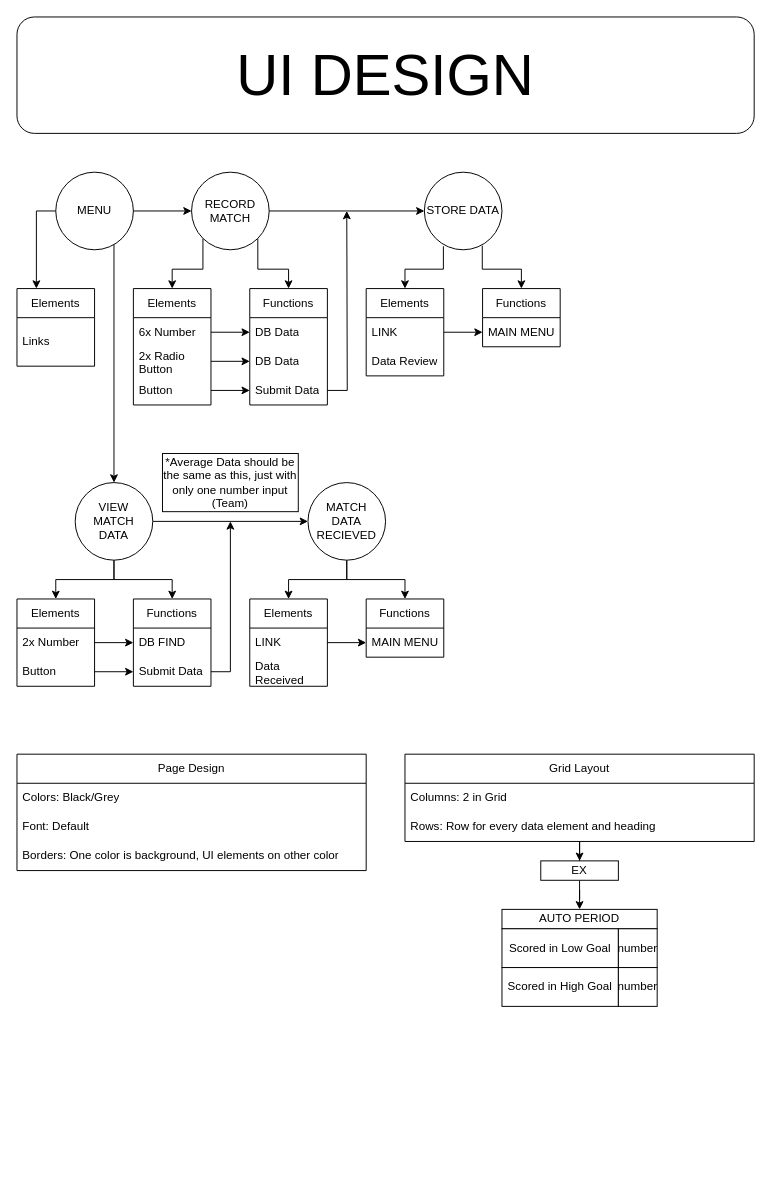
This is docs/UI.drawio from Derp88/computing1Final, a draw.io file, before an edit. Source tidied: cells renumbered, new cells numbered last; positions are measured from the earlier drawing's top-left corner, leaving out a move shared by most shapes. Both pictures are drawn from the tidied source at 97%, with x=0, y=0 at pixel (16, 16).
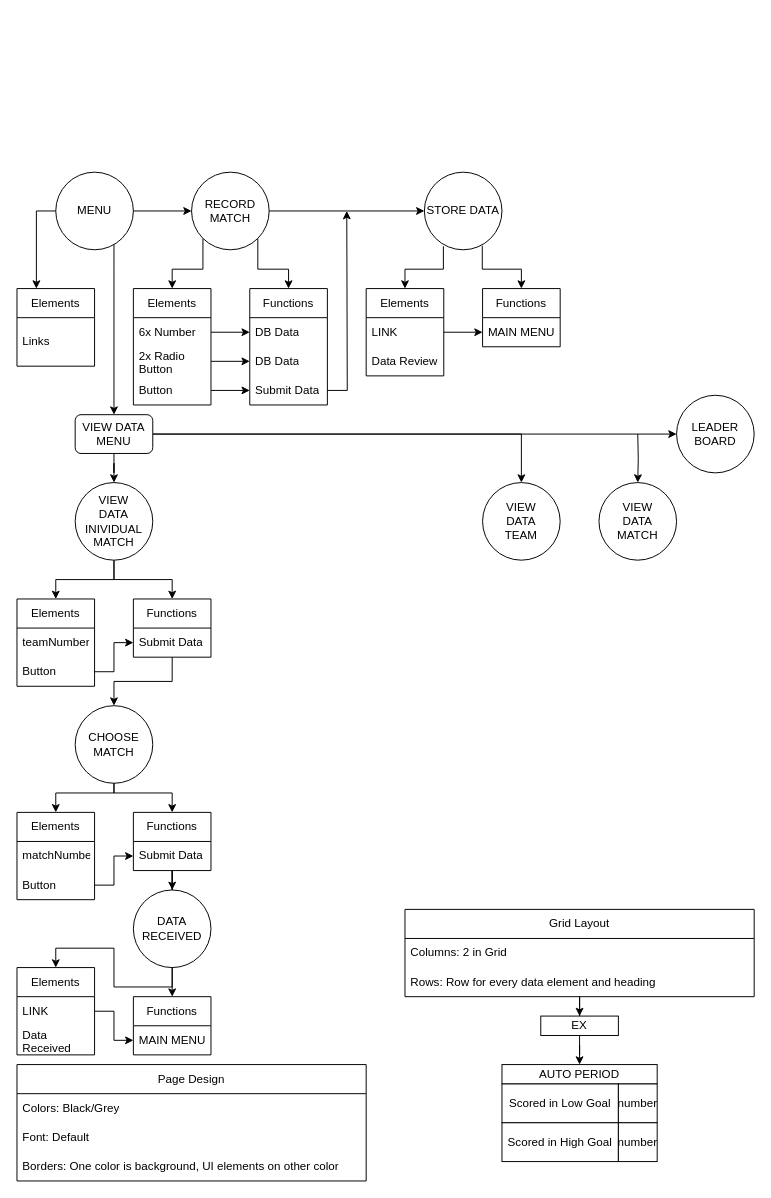
The same page after the edit.

The change refers to these unchanged cells:
```xml
<mxCell id="8" value="MENU" style="ellipse;whiteSpace=wrap;html=1;fontSize=12;" parent="1" vertex="1">
  <mxGeometry x="40" y="160" width="80" height="80" as="geometry" />
</mxCell>
<mxCell id="42" value="Elements" style="swimlane;fontStyle=0;horizontal=1;startSize=30;whiteSpace=wrap;html=1;fontSize=12;" parent="1" vertex="1">
  <mxGeometry y="600" width="80" height="90" as="geometry" />
</mxCell>
```

What changed in the source:
```diff
@@
-    <mxCell id="2" value="&lt;font style=&quot;font-size: 60px;&quot;&gt;UI DESIGN&lt;/font&gt;" style="rounded=1;whiteSpace=wrap;html=1;" parent="1" vertex="1">
-      <mxGeometry width="760" height="120" as="geometry" />
-    </mxCell>
@@
-    <mxCell id="7" style="edgeStyle=orthogonalEdgeStyle;rounded=0;jettySize=auto;html=1;fontSize=12;entryX=0.5;entryY=0;entryDx=0;entryDy=0;" parent="1" edge="1" source="8" target="38">
+    <mxCell id="7" style="edgeStyle=orthogonalEdgeStyle;rounded=0;jettySize=auto;html=1;fontSize=12;" parent="1" edge="1" source="8" target="77">
       <mxGeometry relative="1" as="geometry">
         <Array as="points">
-          <mxPoint x="100" y="480" />
+          <mxPoint x="100" y="260" />
+          <mxPoint x="100" y="260" />
         </Array>
       </mxGeometry>
     </mxCell>
@@
-    <mxCell id="35" style="edgeStyle=orthogonalEdgeStyle;rounded=0;jettySize=auto;html=1;entryX=0;entryY=0.5;entryDx=0;entryDy=0;fontSize=12;" parent="1" edge="1" source="38" target="41">
-      <mxGeometry relative="1" as="geometry" />
-    </mxCell>
@@
-    <mxCell id="38" value="VIEW&lt;br&gt;MATCH&lt;br&gt;DATA" style="ellipse;whiteSpace=wrap;html=1;fontSize=12;" parent="1" vertex="1">
+    <mxCell id="38" value="VIEW&lt;br&gt;DATA&lt;br&gt;INIVIDUAL&lt;br&gt;MATCH" style="ellipse;whiteSpace=wrap;html=1;fontSize=12;" parent="1" vertex="1">
       <mxGeometry x="60" y="480" width="80" height="80" as="geometry" />
     </mxCell>
@@
-    <mxCell id="41" value="MATCH&lt;br&gt;DATA&lt;br&gt;RECIEVED" style="ellipse;whiteSpace=wrap;html=1;fontSize=12;" parent="1" vertex="1">
-      <mxGeometry x="300" y="480" width="80" height="80" as="geometry" />
+    <mxCell id="41" value="DATA&lt;br&gt;RECEIVED" style="ellipse;whiteSpace=wrap;html=1;fontSize=12;" parent="1" vertex="1">
+      <mxGeometry x="120" y="900" width="80" height="80" as="geometry" />
     </mxCell>
@@
-    <mxCell id="43" value="2x Number" style="text;strokeColor=none;fillColor=none;align=left;verticalAlign=middle;spacingLeft=4;spacingRight=4;overflow=hidden;points=[[0,0.5],[1,0.5]];portConstraint=eastwest;whiteSpace=wrap;html=1;fontSize=12;" parent="42" vertex="1">
+    <mxCell id="43" value="teamNumber" style="text;strokeColor=none;fillColor=none;align=left;verticalAlign=middle;spacingLeft=4;spacingRight=4;overflow=hidden;points=[[0,0.5],[1,0.5]];portConstraint=eastwest;whiteSpace=wrap;html=1;fontSize=12;" parent="42" vertex="1">
       <mxGeometry y="30" width="80" height="30" as="geometry" />
     </mxCell>
@@
+    <mxCell id="73" style="edgeStyle=orthogonalEdgeStyle;rounded=0;jettySize=auto;html=1;" parent="1" edge="1" source="45" target="82">
+      <mxGeometry relative="1" as="geometry" />
+    </mxCell>
     <mxCell id="45" value="Functions" style="swimlane;fontStyle=0;horizontal=1;startSize=30;whiteSpace=wrap;html=1;fontSize=12;" parent="1" vertex="1">
-      <mxGeometry x="120" y="600" width="80" height="90" as="geometry" />
+      <mxGeometry x="120" y="600" width="80" height="60" as="geometry" />
     </mxCell>
-    <mxCell id="46" value="DB FIND" style="text;strokeColor=none;fillColor=none;align=left;verticalAlign=middle;spacingLeft=4;spacingRight=4;overflow=hidden;points=[[0,0.5],[1,0.5]];portConstraint=eastwest;whiteSpace=wrap;html=1;fontSize=12;" parent="45" vertex="1">
-      <mxGeometry y="30" width="80" height="30" as="geometry" />
-    </mxCell>
     <mxCell id="47" value="Submit Data" style="text;strokeColor=none;fillColor=none;align=left;verticalAlign=middle;spacingLeft=4;spacingRight=4;overflow=hidden;points=[[0,0.5],[1,0.5]];portConstraint=eastwest;whiteSpace=wrap;html=1;fontSize=12;" parent="45" vertex="1">
-      <mxGeometry y="60" width="80" height="30" as="geometry" />
+      <mxGeometry y="30" width="80" height="30" as="geometry" />
     </mxCell>
-    <mxCell id="48" style="edgeStyle=orthogonalEdgeStyle;rounded=0;jettySize=auto;html=1;entryX=0;entryY=0.5;entryDx=0;entryDy=0;fontSize=12;" parent="1" edge="1" source="43" target="46">
-      <mxGeometry relative="1" as="geometry" />
-    </mxCell>
@@
     <mxCell id="50" value="Elements" style="swimlane;fontStyle=0;horizontal=1;startSize=30;whiteSpace=wrap;html=1;fontSize=12;" parent="1" vertex="1">
-      <mxGeometry x="240" y="600" width="80" height="90" as="geometry" />
+      <mxGeometry y="980" width="80" height="90" as="geometry" />
     </mxCell>
@@
     <mxCell id="53" value="Functions" style="swimlane;fontStyle=0;horizontal=1;startSize=30;whiteSpace=wrap;html=1;fontSize=12;" parent="1" vertex="1">
-      <mxGeometry x="360" y="600" width="80" height="60" as="geometry" />
+      <mxGeometry x="120" y="1010" width="80" height="60" as="geometry" />
     </mxCell>
@@
-    <mxCell id="56" style="edgeStyle=orthogonalEdgeStyle;rounded=0;jettySize=auto;html=1;fontSize=12;" parent="1" edge="1" source="47">
-      <mxGeometry relative="1" as="geometry">
-        <mxPoint x="220" y="520" as="targetPoint" />
-        <Array as="points">
-          <mxPoint x="220" y="675" />
-          <mxPoint x="220" y="520" />
-        </Array>
-      </mxGeometry>
-    </mxCell>
-    <mxCell id="57" value="*Average Data should be the same as this, just with only one number input (Team)" style="rounded=0;whiteSpace=wrap;html=1;fontSize=12;" parent="1" vertex="1">
-      <mxGeometry x="150" y="450" width="140" height="60" as="geometry" />
-    </mxCell>
     <mxCell id="58" value="Page Design" style="swimlane;fontStyle=0;horizontal=1;startSize=30;whiteSpace=wrap;html=1;fontSize=12;" parent="1" vertex="1">
-      <mxGeometry y="760" width="360" height="120" as="geometry" />
+      <mxGeometry y="1080" width="360" height="120" as="geometry" />
     </mxCell>
@@
     <mxCell id="63" value="Grid Layout" style="swimlane;fontStyle=0;horizontal=1;startSize=30;whiteSpace=wrap;html=1;fontSize=12;" parent="1" vertex="1">
-      <mxGeometry x="400" y="760" width="360" height="90" as="geometry" />
+      <mxGeometry x="400" y="920" width="360" height="90" as="geometry" />
     </mxCell>
@@
     <mxCell id="67" value="EX" style="rounded=0;whiteSpace=wrap;html=1;fontSize=12;" parent="1" vertex="1">
-      <mxGeometry x="540" y="870" width="80" height="20" as="geometry" />
+      <mxGeometry x="540" y="1030" width="80" height="20" as="geometry" />
     </mxCell>
     <mxCell id="68" value="AUTO PERIOD" style="rounded=0;whiteSpace=wrap;html=1;fontSize=12;" parent="1" vertex="1">
-      <mxGeometry x="500" y="920" width="160" height="20" as="geometry" />
+      <mxGeometry x="500" y="1080" width="160" height="20" as="geometry" />
     </mxCell>
     <mxCell id="69" value="Scored in Low Goal" style="rounded=0;whiteSpace=wrap;html=1;fontSize=12;" parent="1" vertex="1">
-      <mxGeometry x="500" y="940" width="120" height="40" as="geometry" />
+      <mxGeometry x="500" y="1100" width="120" height="40" as="geometry" />
     </mxCell>
     <mxCell id="70" value="number" style="rounded=0;whiteSpace=wrap;html=1;fontSize=12;" parent="1" vertex="1">
-      <mxGeometry x="620" y="940" width="40" height="40" as="geometry" />
+      <mxGeometry x="620" y="1100" width="40" height="40" as="geometry" />
     </mxCell>
     <mxCell id="71" value="Scored in High Goal" style="rounded=0;whiteSpace=wrap;html=1;fontSize=12;" parent="1" vertex="1">
-      <mxGeometry x="500" y="980" width="120" height="40" as="geometry" />
+      <mxGeometry x="500" y="1140" width="120" height="40" as="geometry" />
     </mxCell>
     <mxCell id="72" value="number" style="rounded=0;whiteSpace=wrap;html=1;fontSize=12;" parent="1" vertex="1">
-      <mxGeometry x="620" y="980" width="40" height="40" as="geometry" />
+      <mxGeometry x="620" y="1140" width="40" height="40" as="geometry" />
     </mxCell>
+    <mxCell id="74" style="edgeStyle=orthogonalEdgeStyle;rounded=0;jettySize=auto;html=1;entryX=0.5;entryY=0;entryDx=0;entryDy=0;" parent="1" edge="1" source="77" target="38">
+      <mxGeometry relative="1" as="geometry" />
+    </mxCell>
+    <mxCell id="75" style="edgeStyle=orthogonalEdgeStyle;rounded=0;jettySize=auto;html=1;entryX=0;entryY=0.5;entryDx=0;entryDy=0;" parent="1" edge="1" source="77" target="78">
+      <mxGeometry relative="1" as="geometry">
+        <Array as="points">
+          <mxPoint x="410" y="430" />
+          <mxPoint x="410" y="430" />
+        </Array>
+      </mxGeometry>
+    </mxCell>
+    <mxCell id="76" style="edgeStyle=orthogonalEdgeStyle;rounded=0;jettySize=auto;html=1;entryX=0.5;entryY=0;entryDx=0;entryDy=0;" parent="1" edge="1" source="77" target="79">
+      <mxGeometry relative="1" as="geometry" />
+    </mxCell>
+    <mxCell id="77" value="VIEW DATA MENU" style="rounded=1;whiteSpace=wrap;html=1;" parent="1" vertex="1">
+      <mxGeometry x="60" y="410" width="80" height="40" as="geometry" />
+    </mxCell>
+    <mxCell id="78" value="LEADER&lt;br&gt;BOARD" style="ellipse;whiteSpace=wrap;html=1;" parent="1" vertex="1">
+      <mxGeometry x="680" y="390" width="80" height="80" as="geometry" />
+    </mxCell>
+    <mxCell id="79" value="VIEW&lt;br&gt;DATA&lt;br&gt;TEAM" style="ellipse;whiteSpace=wrap;html=1;" parent="1" vertex="1">
+      <mxGeometry x="480" y="480" width="80" height="80" as="geometry" />
+    </mxCell>
+    <mxCell id="80" style="edgeStyle=orthogonalEdgeStyle;rounded=0;jettySize=auto;html=1;entryX=0.5;entryY=0;entryDx=0;entryDy=0;" parent="1" edge="1" target="81">
+      <mxGeometry relative="1" as="geometry">
+        <mxPoint x="640" y="430" as="sourcePoint" />
+      </mxGeometry>
+    </mxCell>
+    <mxCell id="81" value="VIEW&lt;br&gt;DATA&lt;br&gt;MATCH" style="ellipse;whiteSpace=wrap;html=1;" parent="1" vertex="1">
+      <mxGeometry x="600" y="480" width="80" height="80" as="geometry" />
+    </mxCell>
+    <mxCell id="82" value="CHOOSE&lt;br&gt;MATCH" style="ellipse;whiteSpace=wrap;html=1;" parent="1" vertex="1">
+      <mxGeometry x="60" y="710" width="80" height="80" as="geometry" />
+    </mxCell>
+    <mxCell id="83" value="Elements" style="swimlane;fontStyle=0;horizontal=1;startSize=30;whiteSpace=wrap;html=1;fontSize=12;" parent="1" vertex="1">
+      <mxGeometry y="820" width="80" height="90" as="geometry" />
+    </mxCell>
+    <mxCell id="84" value="matchNumber" style="text;strokeColor=none;fillColor=none;align=left;verticalAlign=middle;spacingLeft=4;spacingRight=4;overflow=hidden;whiteSpace=wrap;html=1;fontSize=12;" parent="83" vertex="1">
+      <mxGeometry y="30" width="80" height="30" as="geometry" />
+    </mxCell>
+    <mxCell id="85" value="Button" style="text;strokeColor=none;fillColor=none;align=left;verticalAlign=middle;spacingLeft=4;spacingRight=4;overflow=hidden;points=[[0,0.5],[1,0.5]];portConstraint=eastwest;whiteSpace=wrap;html=1;fontSize=12;" parent="83" vertex="1">
+      <mxGeometry y="60" width="80" height="30" as="geometry" />
+    </mxCell>
+    <mxCell id="86" style="edgeStyle=orthogonalEdgeStyle;rounded=0;jettySize=auto;html=1;entryX=0.5;entryY=0;entryDx=0;entryDy=0;" parent="1" edge="1" source="87" target="41">
+      <mxGeometry relative="1" as="geometry" />
+    </mxCell>
+    <mxCell id="87" value="Functions" style="swimlane;fontStyle=0;horizontal=1;startSize=30;whiteSpace=wrap;html=1;fontSize=12;" parent="1" vertex="1">
+      <mxGeometry x="120" y="820" width="80" height="60" as="geometry" />
+    </mxCell>
+    <mxCell id="88" value="Submit Data" style="text;strokeColor=none;fillColor=none;align=left;verticalAlign=middle;spacingLeft=4;spacingRight=4;overflow=hidden;points=[[0,0.5],[1,0.5]];portConstraint=eastwest;whiteSpace=wrap;html=1;fontSize=12;" parent="87" vertex="1">
+      <mxGeometry y="30" width="80" height="30" as="geometry" />
+    </mxCell>
+    <mxCell id="89" style="edgeStyle=orthogonalEdgeStyle;rounded=0;jettySize=auto;html=1;entryX=0;entryY=0.5;entryDx=0;entryDy=0;fontSize=12;" parent="1" edge="1" source="85" target="88">
+      <mxGeometry relative="1" as="geometry" />
+    </mxCell>
+    <mxCell id="90" style="edgeStyle=orthogonalEdgeStyle;rounded=0;orthogonalLoop=1;jettySize=auto;html=1;entryX=0.5;entryY=0;entryDx=0;entryDy=0;fontSize=12;" parent="1" edge="1">
+      <mxGeometry relative="1" as="geometry">
+        <mxPoint x="100" y="790" as="sourcePoint" />
+        <mxPoint x="40" y="820" as="targetPoint" />
+        <Array as="points">
+          <mxPoint x="100" y="800" />
+          <mxPoint x="40" y="800" />
+        </Array>
+      </mxGeometry>
+    </mxCell>
+    <mxCell id="91" style="edgeStyle=orthogonalEdgeStyle;rounded=0;orthogonalLoop=1;jettySize=auto;html=1;fontSize=12;" parent="1" edge="1">
+      <mxGeometry relative="1" as="geometry">
+        <mxPoint x="100" y="790" as="sourcePoint" />
+        <mxPoint x="160" y="820" as="targetPoint" />
+        <Array as="points">
+          <mxPoint x="100" y="800" />
+          <mxPoint x="160" y="800" />
+        </Array>
+      </mxGeometry>
+    </mxCell>
```
